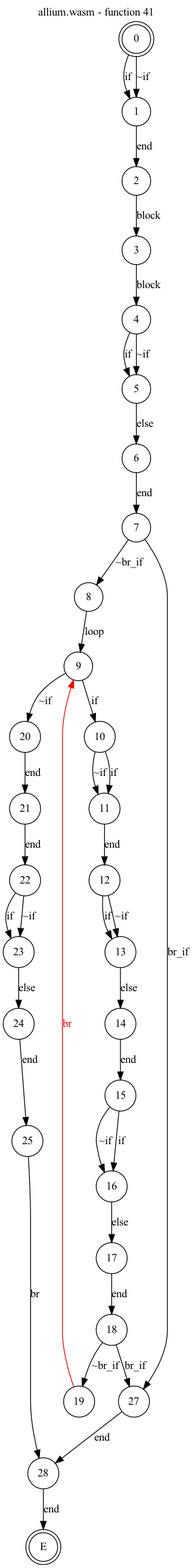
This is test_cases/allium/funcs/allium-func41.png from jsCarleton/wanalyze, a Graphviz export, as it was before one commit. Its source is kept beside it as test_cases/allium/funcs/allium-func41.dot.
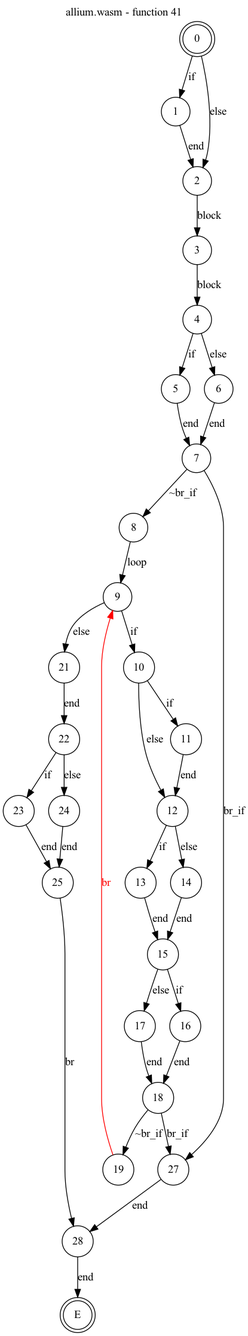
Later version of the same file.

What changed in the source:
```diff
@@ -7,38 +7,37 @@
     node [shape = doublecircle]; 0 E ;
     node [shape = circle];
     0 -> 1[label="if"];
-    0 -> 1[label="~if"];
+    0 -> 2[label="else"];
     1 -> 2[label="end"];
     2 -> 3[label="block"];
     3 -> 4[label="block"];
     4 -> 5[label="if"];
-    4 -> 5[label="~if"];
-    5 -> 6[label="else"];
+    4 -> 6[label="else"];
+    5 -> 7[label="end"];
     6 -> 7[label="end"];
     7 -> 8[label="~br_if"];
     7 -> 27[label="br_if"];
     8 -> 9[label="loop"];
     9 -> 10[label="if"];
-    9 -> 20[label="~if"];
+    9 -> 21[label="else"];
     10 -> 11[label="if"];
-    10 -> 11[label="~if"];
+    10 -> 12[label="else"];
     11 -> 12[label="end"];
     12 -> 13[label="if"];
-    12 -> 13[label="~if"];
-    13 -> 14[label="else"];
+    12 -> 14[label="else"];
+    13 -> 15[label="end"];
     14 -> 15[label="end"];
     15 -> 16[label="if"];
-    15 -> 16[label="~if"];
-    16 -> 17[label="else"];
+    15 -> 17[label="else"];
+    16 -> 18[label="end"];
     17 -> 18[label="end"];
     18 -> 19[label="~br_if"];
     18 -> 27[label="br_if"];
     19 -> 9[color="red" fontcolor="red" label="br"];
-    20 -> 21[label="end"];
     21 -> 22[label="end"];
     22 -> 23[label="if"];
-    22 -> 23[label="~if"];
-    23 -> 24[label="else"];
+    22 -> 24[label="else"];
+    23 -> 25[label="end"];
     24 -> 25[label="end"];
     25 -> 28[label="br"];
     27 -> 28[label="end"];
```
